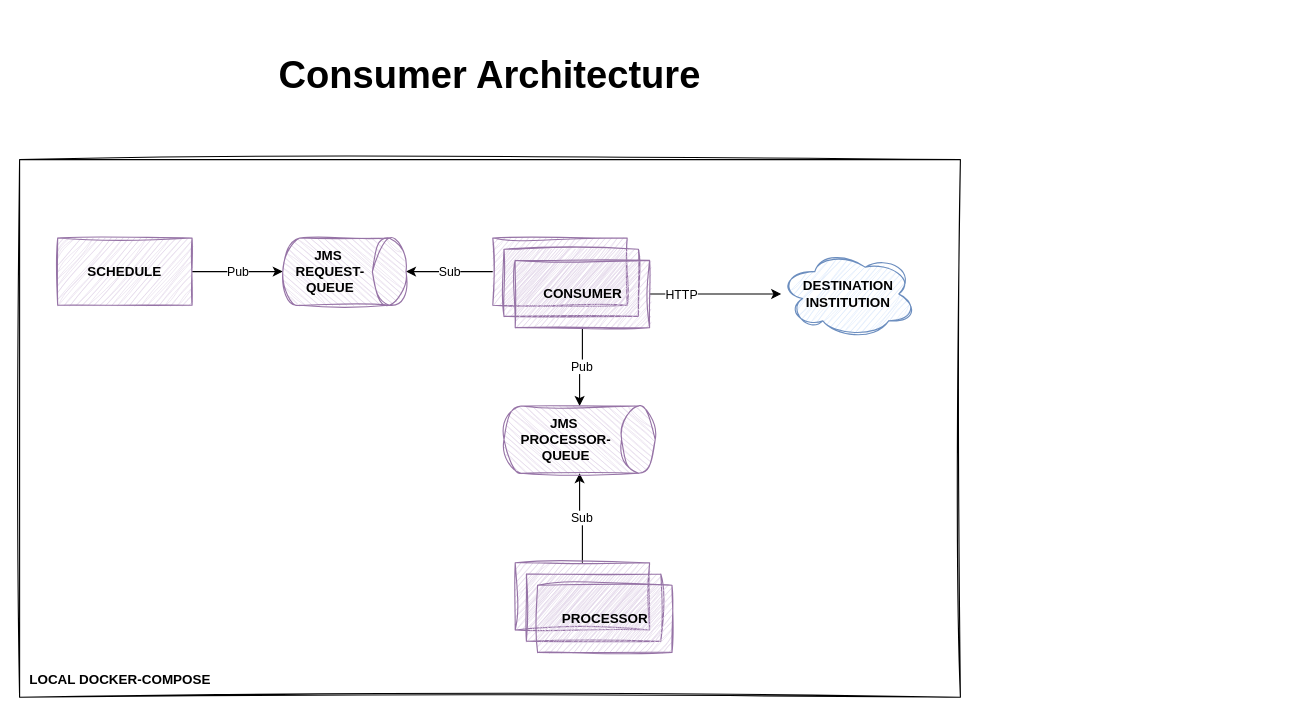
This is API/solution-diagram.drawio from FernandoLoureiroDeAraujo/consumidor-lab, a draw.io file, before an edit. Source tidied: cells renumbered, new cells numbered last; positions are measured from the earlier drawing's top-left corner, leaving out a move shared by most shapes. Both pictures are drawn from the tidied source at 112%, with x=0, y=0 at pixel (19, 58).
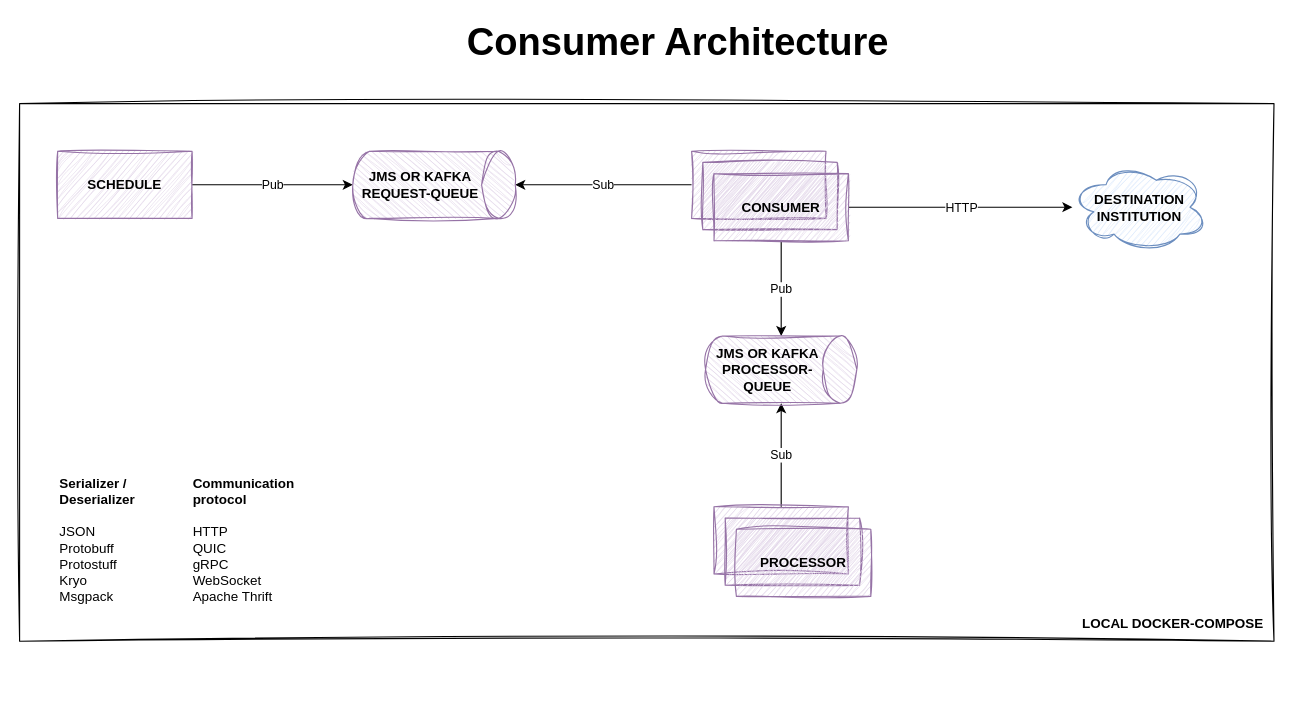
The same page after the edit.

The change refers to these unchanged cells:
```xml
<mxCell id="9" style="edgeStyle=orthogonalEdgeStyle;rounded=0;jettySize=auto;html=1;exitX=1;exitY=0.5;exitDx=0;exitDy=0;" parent="1" edge="1" source="11" target="14">
  <mxGeometry relative="1" as="geometry" />
</mxCell>
```

What changed in the source:
```diff
@@
     <mxCell id="2" style="rounded=0;whiteSpace=wrap;html=1;sketch=1;curveFitting=1;jiggle=2;" parent="1" vertex="1">
-      <mxGeometry y="90" width="840" height="480" as="geometry" />
+      <mxGeometry y="40" width="1120" height="480" as="geometry" />
     </mxCell>
@@
     <mxCell id="4" value="SCHEDULE" style="rounded=0;whiteSpace=wrap;html=1;sketch=1;curveFitting=1;jiggle=2;fillColor=#e1d5e7;strokeColor=#9673a6;fontStyle=1;" parent="1" vertex="1">
-      <mxGeometry x="34" y="160" width="120" height="60" as="geometry" />
+      <mxGeometry x="34" y="82.5" width="120" height="60" as="geometry" />
     </mxCell>
@@
     <mxCell id="6" style="rounded=0;whiteSpace=wrap;html=1;sketch=1;curveFitting=1;jiggle=2;fillColor=#e1d5e7;strokeColor=#9673a6;" parent="1" vertex="1">
-      <mxGeometry x="422.5" y="160" width="120" height="60" as="geometry" />
+      <mxGeometry x="600" y="82.5" width="120" height="60" as="geometry" />
     </mxCell>
     <mxCell id="7" style="rounded=0;whiteSpace=wrap;html=1;sketch=1;curveFitting=1;jiggle=2;fillColor=#e1d5e7;strokeColor=#9673a6;" parent="1" vertex="1">
-      <mxGeometry x="432.5" y="170" width="120" height="60" as="geometry" />
+      <mxGeometry x="610" y="92.5" width="120" height="60" as="geometry" />
     </mxCell>
@@
     <mxCell id="10" value="HTTP" style="edgeLabel;html=1;align=center;verticalAlign=middle;" parent="9" vertex="1">
       <mxGeometry x="-0.32" y="-1" relative="1" as="geometry">
-        <mxPoint x="-12" y="-1" as="offset" />
+        <mxPoint x="32" y="-1" as="offset" />
       </mxGeometry>
     </mxCell>
     <mxCell id="11" value="CONSUMER" style="rounded=0;whiteSpace=wrap;html=1;sketch=1;curveFitting=1;jiggle=2;fillColor=#e1d5e7;strokeColor=#9673a6;fontStyle=1;" parent="1" vertex="1">
-      <mxGeometry x="442.5" y="180" width="120" height="60" as="geometry" />
+      <mxGeometry x="620" y="102.5" width="120" height="60" as="geometry" />
     </mxCell>
@@
     <mxCell id="13" style="rounded=0;whiteSpace=wrap;html=1;sketch=1;curveFitting=1;jiggle=2;fillColor=#e1d5e7;strokeColor=#9673a6;fontStyle=1;" parent="1" vertex="1">
-      <mxGeometry x="442.5" y="450" width="120" height="60" as="geometry" />
+      <mxGeometry x="620" y="400" width="120" height="60" as="geometry" />
     </mxCell>
     <mxCell id="14" value="DESTINATION INSTITUTION" style="ellipse;shape=cloud;whiteSpace=wrap;html=1;sketch=1;curveFitting=1;jiggle=2;fillColor=#dae8fc;strokeColor=#6c8ebf;fontStyle=1;" parent="1" vertex="1">
-      <mxGeometry x="680" y="170" width="120" height="80" as="geometry" />
+      <mxGeometry x="940" y="92.5" width="120" height="80" as="geometry" />
     </mxCell>
     <mxCell id="15" value="&lt;b&gt;&lt;font style=&quot;font-size: 34px;&quot;&gt;Consumer Architecture&lt;/font&gt;&lt;/b&gt;" style="text;html=1;strokeColor=none;fillColor=none;align=center;verticalAlign=middle;whiteSpace=wrap;rounded=0;" parent="1" vertex="1">
-      <mxGeometry x="62.2" width="715.5" height="30" as="geometry" />
+      <mxGeometry x="230" y="-30" width="715.5" height="30" as="geometry" />
     </mxCell>
     <mxCell id="16" value="LOCAL DOCKER-COMPOSE" style="text;html=1;strokeColor=none;fillColor=none;align=center;verticalAlign=middle;whiteSpace=wrap;rounded=0;fontStyle=1;" parent="1" vertex="1">
-      <mxGeometry y="540" width="180" height="30" as="geometry" />
+      <mxGeometry x="940" y="490" width="180" height="30" as="geometry" />
     </mxCell>
     <mxCell id="17" style="rounded=0;whiteSpace=wrap;html=1;sketch=1;curveFitting=1;jiggle=2;fillColor=#e1d5e7;strokeColor=#9673a6;fontStyle=1;" parent="1" vertex="1">
-      <mxGeometry x="452.5" y="460" width="120" height="60" as="geometry" />
+      <mxGeometry x="630" y="410" width="120" height="60" as="geometry" />
     </mxCell>
     <mxCell id="18" value="PROCESSOR" style="rounded=0;whiteSpace=wrap;html=1;sketch=1;curveFitting=1;jiggle=2;fillColor=#e1d5e7;strokeColor=#9673a6;fontStyle=1;" parent="1" vertex="1">
-      <mxGeometry x="462.5" y="470" width="120" height="60" as="geometry" />
+      <mxGeometry x="640" y="420" width="120" height="60" as="geometry" />
     </mxCell>
-    <mxCell id="19" value="JMS&amp;nbsp;&lt;br style=&quot;border-color: var(--border-color);&quot;&gt;REQUEST-QUEUE" style="shape=cylinder3;whiteSpace=wrap;html=1;boundedLbl=1;backgroundOutline=1;size=15;fillColor=#e1d5e7;strokeColor=#9673a6;sketch=1;curveFitting=1;jiggle=2;fontStyle=1;rotation=90;horizontal=0;" parent="1" vertex="1">
-      <mxGeometry x="260" y="135" width="60" height="110" as="geometry" />
+    <mxCell id="19" value="JMS OR KAFKA&lt;br style=&quot;border-color: var(--border-color);&quot;&gt;REQUEST-QUEUE" style="shape=cylinder3;whiteSpace=wrap;html=1;boundedLbl=1;backgroundOutline=1;size=15;fillColor=#e1d5e7;strokeColor=#9673a6;sketch=1;curveFitting=1;jiggle=2;fontStyle=1;rotation=90;horizontal=0;" parent="1" vertex="1">
+      <mxGeometry x="340" y="40" width="60" height="145" as="geometry" />
     </mxCell>
-    <mxCell id="20" value="JMS&amp;nbsp;&lt;br&gt;PROCESSOR-QUEUE" style="shape=cylinder3;whiteSpace=wrap;html=1;boundedLbl=1;backgroundOutline=1;size=15;fillColor=#e1d5e7;strokeColor=#9673a6;sketch=1;curveFitting=1;jiggle=2;fontStyle=1;rotation=90;horizontal=0;" parent="1" vertex="1">
-      <mxGeometry x="470" y="272.5" width="60" height="135" as="geometry" />
+    <mxCell id="20" value="JMS OR KAFKA&lt;br&gt;PROCESSOR-QUEUE" style="shape=cylinder3;whiteSpace=wrap;html=1;boundedLbl=1;backgroundOutline=1;size=15;fillColor=#e1d5e7;strokeColor=#9673a6;sketch=1;curveFitting=1;jiggle=2;fontStyle=1;rotation=90;horizontal=0;" parent="1" vertex="1">
+      <mxGeometry x="650" y="210" width="60" height="135" as="geometry" />
     </mxCell>
+    <mxCell id="21" value="&lt;div style=&quot;&quot;&gt;&lt;b style=&quot;background-color: initial;&quot;&gt;Serializer / Deserializer&lt;/b&gt;&lt;br&gt;&lt;/div&gt;&lt;br&gt;JSON&lt;br&gt;Protobuff&lt;br&gt;Protostuff&lt;br&gt;Kryo&lt;br&gt;Msgpack" style="text;html=1;strokeColor=none;fillColor=none;align=left;verticalAlign=middle;whiteSpace=wrap;rounded=0;" parent="1" vertex="1">
+      <mxGeometry x="34" y="360" width="80" height="140" as="geometry" />
+    </mxCell>
+    <mxCell id="22" value="&lt;div style=&quot;text-align: left;&quot;&gt;&lt;b style=&quot;background-color: initial;&quot;&gt;Communication protocol&amp;nbsp;&lt;/b&gt;&lt;/div&gt;&lt;div style=&quot;text-align: left;&quot;&gt;&lt;span style=&quot;font-size: 12px;&quot;&gt;&lt;br&gt;&lt;/span&gt;&lt;/div&gt;&lt;div style=&quot;text-align: left;&quot;&gt;&lt;span style=&quot;background-color: initial;&quot;&gt;HTTP&lt;/span&gt;&lt;/div&gt;&lt;div style=&quot;text-align: left;&quot;&gt;&lt;span style=&quot;background-color: initial;&quot;&gt;QUIC&lt;/span&gt;&lt;/div&gt;&lt;div style=&quot;text-align: left;&quot;&gt;&lt;span style=&quot;background-color: initial;&quot;&gt;gRPC&lt;/span&gt;&lt;/div&gt;&lt;div style=&quot;text-align: left;&quot;&gt;&lt;span style=&quot;background-color: initial;&quot;&gt;WebSocket&lt;/span&gt;&lt;/div&gt;&lt;div style=&quot;text-align: left;&quot;&gt;&lt;span style=&quot;background-color: initial;&quot;&gt;Apache Thrift&lt;/span&gt;&lt;/div&gt;" style="text;html=1;strokeColor=none;fillColor=none;align=center;verticalAlign=middle;whiteSpace=wrap;rounded=0;" parent="1" vertex="1">
+      <mxGeometry x="154" y="360" width="100" height="140" as="geometry" />
+    </mxCell>
```
